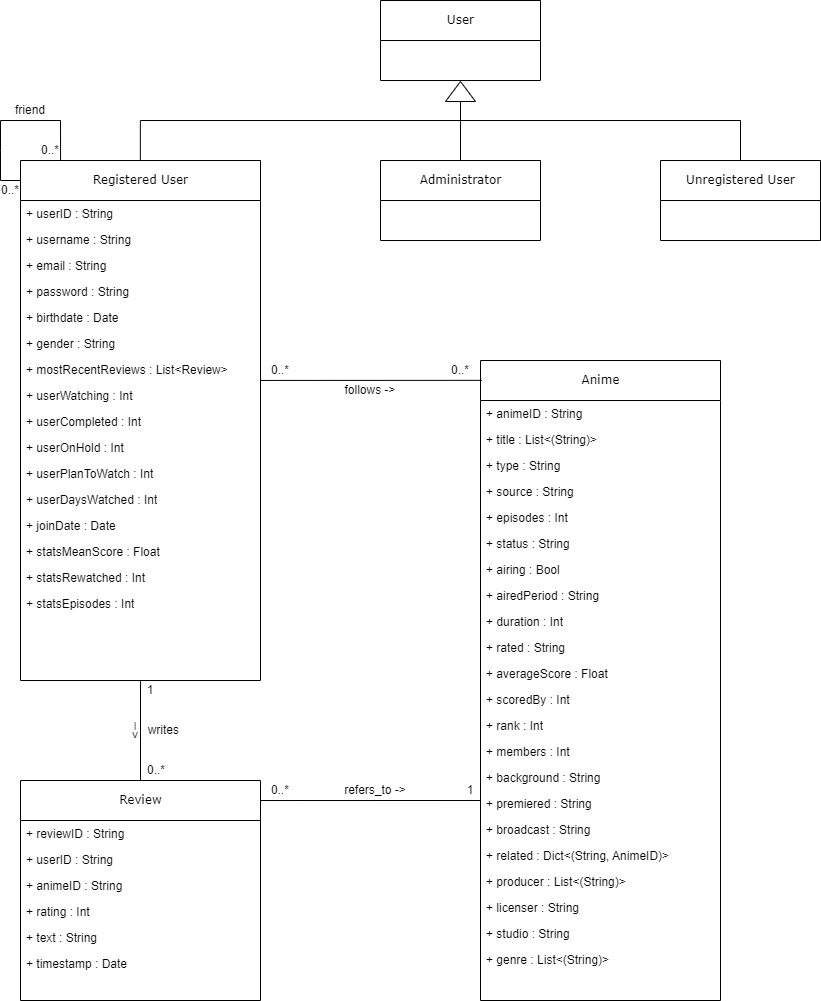
The draw.io diagram 070_presentation/UML_JAN_ok000.png in JacopoCarlon/LSMSDB_Project, before a commit. Source tidied: cells renumbered, new cells last; positions are measured from the earlier drawing's top-left corner, leaving out a move shared by most shapes.
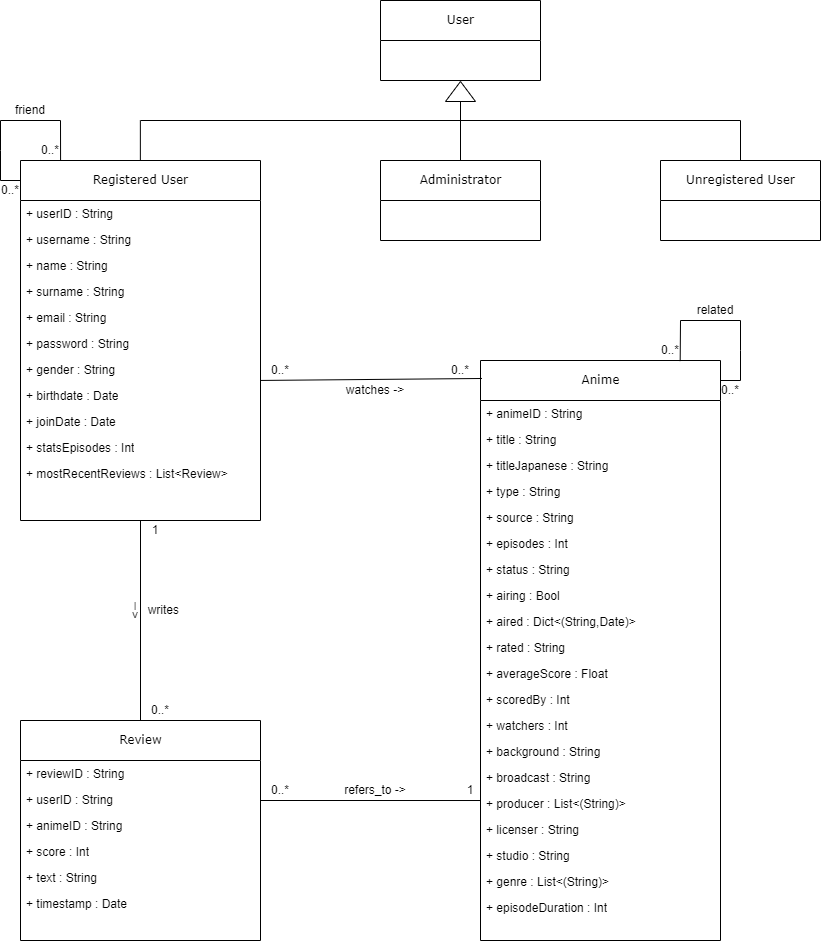
After the commit.

Diff of the diagram source:
```diff
@@ -14,3 +14,3 @@
     <mxCell id="5" value="&lt;font style=&quot;font-size: 12px;&quot;&gt;Registered User&lt;/font&gt;" style="swimlane;html=1;fontStyle=0;horizontal=1;startSize=40;fillColor=none;swimlaneFillColor=#ffffff;rounded=0;shadow=0;comic=0;labelBackgroundColor=none;strokeWidth=1;fontFamily=Verdana;fontSize=10;align=center;" parent="1" vertex="1">
-      <mxGeometry x="20" y="160" width="240" height="520" as="geometry" />
+      <mxGeometry x="20" y="160" width="240" height="360" as="geometry" />
     </mxCell>
@@ -22,44 +22,29 @@
     </mxCell>
+    <mxCell id="19" value="+ name : String" style="text;html=1;strokeColor=none;fillColor=none;align=left;verticalAlign=top;spacingLeft=4;spacingRight=4;whiteSpace=wrap;overflow=hidden;" parent="5" vertex="1">
+      <mxGeometry y="92" width="240" height="26" as="geometry" />
+    </mxCell>
+    <mxCell id="20" value="+ surname : String" style="text;html=1;strokeColor=none;fillColor=none;align=left;verticalAlign=top;spacingLeft=4;spacingRight=4;whiteSpace=wrap;overflow=hidden;" parent="5" vertex="1">
+      <mxGeometry y="118" width="240" height="26" as="geometry" />
+    </mxCell>
     <mxCell id="8" value="+ email : String" style="text;html=1;strokeColor=none;fillColor=none;align=left;verticalAlign=top;spacingLeft=4;spacingRight=4;whiteSpace=wrap;overflow=hidden;" parent="5" vertex="1">
-      <mxGeometry y="92" width="240" height="26" as="geometry" />
+      <mxGeometry y="144" width="240" height="26" as="geometry" />
     </mxCell>
     <mxCell id="9" value="+ password : String" style="text;html=1;strokeColor=none;fillColor=none;align=left;verticalAlign=top;spacingLeft=4;spacingRight=4;whiteSpace=wrap;overflow=hidden;" parent="5" vertex="1">
-      <mxGeometry y="118" width="240" height="26" as="geometry" />
+      <mxGeometry y="170" width="240" height="26" as="geometry" />
     </mxCell>
+    <mxCell id="11" value="+ gender : String" style="text;html=1;strokeColor=none;fillColor=none;align=left;verticalAlign=top;spacingLeft=4;spacingRight=4;whiteSpace=wrap;overflow=hidden;" parent="5" vertex="1">
+      <mxGeometry y="196" width="240" height="26" as="geometry" />
+    </mxCell>
     <mxCell id="10" value="+ birthdate : Date" style="text;html=1;strokeColor=none;fillColor=none;align=left;verticalAlign=top;spacingLeft=4;spacingRight=4;whiteSpace=wrap;overflow=hidden;" parent="5" vertex="1">
-      <mxGeometry y="144" width="240" height="26" as="geometry" />
+      <mxGeometry y="222" width="240" height="26" as="geometry" />
     </mxCell>
-    <mxCell id="11" value="+ gender : String" style="text;html=1;strokeColor=none;fillColor=none;align=left;verticalAlign=top;spacingLeft=4;spacingRight=4;whiteSpace=wrap;overflow=hidden;" parent="5" vertex="1">
-      <mxGeometry y="170" width="240" height="26" as="geometry" />
-    </mxCell>
+    <mxCell id="18" value="+ joinDate : Date" style="text;html=1;strokeColor=none;fillColor=none;align=left;verticalAlign=top;spacingLeft=4;spacingRight=4;whiteSpace=wrap;overflow=hidden;" parent="5" vertex="1">
+      <mxGeometry y="248" width="240" height="26" as="geometry" />
+    </mxCell>
+    <mxCell id="21" value="+ statsEpisodes : Int" style="text;html=1;strokeColor=none;fillColor=none;align=left;verticalAlign=top;spacingLeft=4;spacingRight=4;whiteSpace=wrap;overflow=hidden;" parent="5" vertex="1">
+      <mxGeometry y="274" width="240" height="26" as="geometry" />
+    </mxCell>
     <mxCell id="12" value="+ mostRecentReviews : List&amp;lt;Review&amp;gt;" style="text;html=1;strokeColor=none;fillColor=none;align=left;verticalAlign=top;spacingLeft=4;spacingRight=4;whiteSpace=wrap;overflow=hidden;" parent="5" vertex="1">
-      <mxGeometry y="196" width="240" height="26" as="geometry" />
+      <mxGeometry y="300" width="240" height="26" as="geometry" />
     </mxCell>
-    <mxCell id="13" value="+ userWatching : Int" style="text;html=1;strokeColor=none;fillColor=none;align=left;verticalAlign=top;spacingLeft=4;spacingRight=4;whiteSpace=wrap;overflow=hidden;" parent="5" vertex="1">
-      <mxGeometry y="222" width="240" height="26" as="geometry" />
-    </mxCell>
-    <mxCell id="14" value="+ userCompleted : Int" style="text;html=1;strokeColor=none;fillColor=none;align=left;verticalAlign=top;spacingLeft=4;spacingRight=4;whiteSpace=wrap;overflow=hidden;" parent="5" vertex="1">
-      <mxGeometry y="248" width="240" height="26" as="geometry" />
-    </mxCell>
-    <mxCell id="15" value="+ userOnHold : Int" style="text;html=1;strokeColor=none;fillColor=none;align=left;verticalAlign=top;spacingLeft=4;spacingRight=4;whiteSpace=wrap;overflow=hidden;" parent="5" vertex="1">
-      <mxGeometry y="274" width="240" height="26" as="geometry" />
-    </mxCell>
-    <mxCell id="16" value="+ userPlanToWatch : Int" style="text;html=1;strokeColor=none;fillColor=none;align=left;verticalAlign=top;spacingLeft=4;spacingRight=4;whiteSpace=wrap;overflow=hidden;" parent="5" vertex="1">
-      <mxGeometry y="300" width="240" height="26" as="geometry" />
-    </mxCell>
-    <mxCell id="17" value="+ userDaysWatched : Int" style="text;html=1;strokeColor=none;fillColor=none;align=left;verticalAlign=top;spacingLeft=4;spacingRight=4;whiteSpace=wrap;overflow=hidden;" parent="5" vertex="1">
-      <mxGeometry y="326" width="240" height="26" as="geometry" />
-    </mxCell>
-    <mxCell id="18" value="+ joinDate : Date" style="text;html=1;strokeColor=none;fillColor=none;align=left;verticalAlign=top;spacingLeft=4;spacingRight=4;whiteSpace=wrap;overflow=hidden;" parent="5" vertex="1">
-      <mxGeometry y="352" width="240" height="26" as="geometry" />
-    </mxCell>
-    <mxCell id="19" value="+ statsMeanScore : Float" style="text;html=1;strokeColor=none;fillColor=none;align=left;verticalAlign=top;spacingLeft=4;spacingRight=4;whiteSpace=wrap;overflow=hidden;" parent="5" vertex="1">
-      <mxGeometry y="378" width="240" height="26" as="geometry" />
-    </mxCell>
-    <mxCell id="20" value="+ statsRewatched : Int" style="text;html=1;strokeColor=none;fillColor=none;align=left;verticalAlign=top;spacingLeft=4;spacingRight=4;whiteSpace=wrap;overflow=hidden;" parent="5" vertex="1">
-      <mxGeometry y="404" width="240" height="26" as="geometry" />
-    </mxCell>
-    <mxCell id="21" value="+ statsEpisodes : Int" style="text;html=1;strokeColor=none;fillColor=none;align=left;verticalAlign=top;spacingLeft=4;spacingRight=4;whiteSpace=wrap;overflow=hidden;" parent="5" vertex="1">
-      <mxGeometry y="430" width="240" height="26" as="geometry" />
-    </mxCell>
     <mxCell id="22" style="triangle;whiteSpace=wrap;html=1;rotation=-90;" parent="1" vertex="1">
@@ -89,3 +74,3 @@
     <mxCell id="27" value="&lt;font style=&quot;font-size: 12px;&quot;&gt;Anime&lt;/font&gt;" style="swimlane;html=1;fontStyle=0;horizontal=1;startSize=40;fillColor=none;swimlaneFillColor=#ffffff;rounded=0;shadow=0;comic=0;labelBackgroundColor=none;strokeWidth=1;fontFamily=Verdana;fontSize=10;align=center;" parent="1" vertex="1">
-      <mxGeometry x="480" y="360" width="240" height="640" as="geometry" />
+      <mxGeometry x="480" y="360" width="240" height="580" as="geometry" />
     </mxCell>
@@ -94,26 +79,26 @@
     </mxCell>
-    <mxCell id="29" value="+ title : List&amp;lt;(String)&amp;gt;" style="text;html=1;strokeColor=none;fillColor=none;align=left;verticalAlign=top;spacingLeft=4;spacingRight=4;whiteSpace=wrap;overflow=hidden;" parent="27" vertex="1">
+    <mxCell id="29" value="+ title : String" style="text;html=1;strokeColor=none;fillColor=none;align=left;verticalAlign=top;spacingLeft=4;spacingRight=4;whiteSpace=wrap;overflow=hidden;" parent="27" vertex="1">
       <mxGeometry y="66" width="240" height="26" as="geometry" />
     </mxCell>
+    <mxCell id="74" value="+ titleJapanese : String" style="text;html=1;strokeColor=none;fillColor=none;align=left;verticalAlign=top;spacingLeft=4;spacingRight=4;whiteSpace=wrap;overflow=hidden;" parent="27" vertex="1">
+      <mxGeometry y="92" width="240" height="26" as="geometry" />
+    </mxCell>
     <mxCell id="30" value="+ type : String" style="text;html=1;strokeColor=none;fillColor=none;align=left;verticalAlign=top;spacingLeft=4;spacingRight=4;whiteSpace=wrap;overflow=hidden;" parent="27" vertex="1">
-      <mxGeometry y="92" width="240" height="26" as="geometry" />
+      <mxGeometry y="118" width="240" height="26" as="geometry" />
     </mxCell>
     <mxCell id="31" value="+ source : String" style="text;html=1;strokeColor=none;fillColor=none;align=left;verticalAlign=top;spacingLeft=4;spacingRight=4;whiteSpace=wrap;overflow=hidden;" parent="27" vertex="1">
-      <mxGeometry y="118" width="240" height="26" as="geometry" />
+      <mxGeometry y="144" width="240" height="26" as="geometry" />
     </mxCell>
     <mxCell id="32" value="+ episodes : Int" style="text;html=1;strokeColor=none;fillColor=none;align=left;verticalAlign=top;spacingLeft=4;spacingRight=4;whiteSpace=wrap;overflow=hidden;" parent="27" vertex="1">
-      <mxGeometry y="144" width="240" height="26" as="geometry" />
+      <mxGeometry y="170" width="240" height="26" as="geometry" />
     </mxCell>
     <mxCell id="33" value="+ status : String" style="text;html=1;strokeColor=none;fillColor=none;align=left;verticalAlign=top;spacingLeft=4;spacingRight=4;whiteSpace=wrap;overflow=hidden;" parent="27" vertex="1">
-      <mxGeometry y="170" width="240" height="26" as="geometry" />
+      <mxGeometry y="196" width="240" height="26" as="geometry" />
     </mxCell>
     <mxCell id="34" value="+ airing : Bool" style="text;html=1;strokeColor=none;fillColor=none;align=left;verticalAlign=top;spacingLeft=4;spacingRight=4;whiteSpace=wrap;overflow=hidden;" parent="27" vertex="1">
-      <mxGeometry y="196" width="240" height="26" as="geometry" />
+      <mxGeometry y="222" width="240" height="26" as="geometry" />
     </mxCell>
-    <mxCell id="35" value="+ airedPeriod : String" style="text;html=1;strokeColor=none;fillColor=none;align=left;verticalAlign=top;spacingLeft=4;spacingRight=4;whiteSpace=wrap;overflow=hidden;" parent="27" vertex="1">
-      <mxGeometry y="222" width="240" height="26" as="geometry" />
+    <mxCell id="35" value="+ aired : Dict&amp;lt;(String,Date)&amp;gt;" style="text;html=1;strokeColor=none;fillColor=none;align=left;verticalAlign=top;spacingLeft=4;spacingRight=4;whiteSpace=wrap;overflow=hidden;" parent="27" vertex="1">
+      <mxGeometry y="248" width="240" height="26" as="geometry" />
     </mxCell>
-    <mxCell id="36" value="+ duration : Int" style="text;html=1;strokeColor=none;fillColor=none;align=left;verticalAlign=top;spacingLeft=4;spacingRight=4;whiteSpace=wrap;overflow=hidden;" parent="27" vertex="1">
-      <mxGeometry y="248" width="240" height="26" as="geometry" />
-    </mxCell>
     <mxCell id="37" value="+ rated : String" style="text;html=1;strokeColor=none;fillColor=none;align=left;verticalAlign=top;spacingLeft=4;spacingRight=4;whiteSpace=wrap;overflow=hidden;" parent="27" vertex="1">
@@ -127,34 +112,28 @@
     </mxCell>
-    <mxCell id="40" value="+ rank : Int" style="text;html=1;strokeColor=none;fillColor=none;align=left;verticalAlign=top;spacingLeft=4;spacingRight=4;whiteSpace=wrap;overflow=hidden;" parent="27" vertex="1">
-      <mxGeometry y="352" width="240" height="26" as="geometry" />
-    </mxCell>
-    <mxCell id="41" value="+ members : Int" style="text;html=1;strokeColor=none;fillColor=none;align=left;verticalAlign=top;spacingLeft=4;spacingRight=4;whiteSpace=wrap;overflow=hidden;" parent="27" vertex="1">
-      <mxGeometry y="378" width="240" height="26" as="geometry" />
+    <mxCell id="41" value="+ watchers : Int" style="text;html=1;strokeColor=none;fillColor=none;align=left;verticalAlign=top;spacingLeft=4;spacingRight=4;whiteSpace=wrap;overflow=hidden;" parent="27" vertex="1">
+      <mxGeometry y="352" width="240" height="26" as="geometry" />
     </mxCell>
     <mxCell id="42" value="+ background : String" style="text;html=1;strokeColor=none;fillColor=none;align=left;verticalAlign=top;spacingLeft=4;spacingRight=4;whiteSpace=wrap;overflow=hidden;" parent="27" vertex="1">
-      <mxGeometry y="404" width="240" height="26" as="geometry" />
+      <mxGeometry y="378" width="240" height="26" as="geometry" />
     </mxCell>
-    <mxCell id="43" value="+ premiered : String" style="text;html=1;strokeColor=none;fillColor=none;align=left;verticalAlign=top;spacingLeft=4;spacingRight=4;whiteSpace=wrap;overflow=hidden;points=[[0,0.5],[1,0.5]];portConstraint=eastwest;" parent="27" vertex="1">
-      <mxGeometry y="430" width="240" height="26" as="geometry" />
-    </mxCell>
     <mxCell id="44" value="+ broadcast : String" style="text;html=1;strokeColor=none;fillColor=none;align=left;verticalAlign=top;spacingLeft=4;spacingRight=4;whiteSpace=wrap;overflow=hidden;" parent="27" vertex="1">
-      <mxGeometry y="456" width="240" height="26" as="geometry" />
+      <mxGeometry y="404" width="240" height="26" as="geometry" />
     </mxCell>
-    <mxCell id="45" value="+ related : Dict&amp;lt;(String, AnimeID)&amp;gt;" style="text;html=1;strokeColor=none;fillColor=none;align=left;verticalAlign=top;spacingLeft=4;spacingRight=4;whiteSpace=wrap;overflow=hidden;" parent="27" vertex="1">
-      <mxGeometry y="482" width="240" height="26" as="geometry" />
-    </mxCell>
     <mxCell id="46" value="+ producer : List&amp;lt;(String)&amp;gt;" style="text;html=1;strokeColor=none;fillColor=none;align=left;verticalAlign=top;spacingLeft=4;spacingRight=4;whiteSpace=wrap;overflow=hidden;" parent="27" vertex="1">
-      <mxGeometry y="508" width="240" height="26" as="geometry" />
+      <mxGeometry y="430" width="240" height="26" as="geometry" />
     </mxCell>
     <mxCell id="47" value="+ licenser : String" style="text;html=1;strokeColor=none;fillColor=none;align=left;verticalAlign=top;spacingLeft=4;spacingRight=4;whiteSpace=wrap;overflow=hidden;" parent="27" vertex="1">
-      <mxGeometry y="534" width="240" height="26" as="geometry" />
+      <mxGeometry y="456" width="240" height="26" as="geometry" />
     </mxCell>
     <mxCell id="48" value="+ studio : String" style="text;html=1;strokeColor=none;fillColor=none;align=left;verticalAlign=top;spacingLeft=4;spacingRight=4;whiteSpace=wrap;overflow=hidden;" parent="27" vertex="1">
-      <mxGeometry y="560" width="240" height="26" as="geometry" />
+      <mxGeometry y="482" width="240" height="26" as="geometry" />
     </mxCell>
     <mxCell id="49" value="+ genre : List&amp;lt;(String)&amp;gt;" style="text;html=1;strokeColor=none;fillColor=none;align=left;verticalAlign=top;spacingLeft=4;spacingRight=4;whiteSpace=wrap;overflow=hidden;" parent="27" vertex="1">
-      <mxGeometry y="586" width="240" height="26" as="geometry" />
+      <mxGeometry y="508" width="240" height="26" as="geometry" />
     </mxCell>
+    <mxCell id="75" value="+ episodeDuration : Int" style="text;html=1;strokeColor=none;fillColor=none;align=left;verticalAlign=top;spacingLeft=4;spacingRight=4;whiteSpace=wrap;overflow=hidden;" parent="27" vertex="1">
+      <mxGeometry y="534" width="240" height="26" as="geometry" />
+    </mxCell>
     <mxCell id="50" value="&lt;font style=&quot;font-size: 12px;&quot;&gt;Review&lt;/font&gt;" style="swimlane;html=1;fontStyle=0;horizontal=1;startSize=40;fillColor=none;swimlaneFillColor=#ffffff;rounded=0;shadow=0;comic=0;labelBackgroundColor=none;strokeWidth=1;fontFamily=Verdana;fontSize=10;align=center;" parent="1" vertex="1">
-      <mxGeometry x="20" y="780" width="240" height="220" as="geometry" />
+      <mxGeometry x="20" y="720" width="240" height="220" as="geometry" />
     </mxCell>
@@ -169,3 +148,3 @@
     </mxCell>
-    <mxCell id="54" value="+ rating : Int" style="text;html=1;strokeColor=none;fillColor=none;align=left;verticalAlign=top;spacingLeft=4;spacingRight=4;whiteSpace=wrap;overflow=hidden;" parent="50" vertex="1">
+    <mxCell id="54" value="+ score : Int" style="text;html=1;strokeColor=none;fillColor=none;align=left;verticalAlign=top;spacingLeft=4;spacingRight=4;whiteSpace=wrap;overflow=hidden;" parent="50" vertex="1">
       <mxGeometry y="118" width="240" height="26" as="geometry" />
@@ -181,5 +160,6 @@
     </mxCell>
-    <mxCell id="58" style="endArrow=none;html=1;rounded=0;exitX=1;exitY=0;exitDx=0;exitDy=0;entryX=0.001;entryY=0.385;entryDx=0;entryDy=0;entryPerimeter=0;" parent="1" edge="1" target="43">
+    <mxCell id="58" style="endArrow=none;html=1;rounded=0;exitX=1;exitY=0;exitDx=0;exitDy=0;entryX=0.001;entryY=0.385;entryDx=0;entryDy=0;entryPerimeter=0;" parent="1" edge="1">
       <mxGeometry relative="1" as="geometry">
         <mxPoint x="260" y="800" as="sourcePoint" />
+        <mxPoint x="480.2" y="800" as="targetPoint" />
       </mxGeometry>
@@ -192,6 +172,6 @@
     <mxCell id="60" value="1" style="text;html=1;align=center;verticalAlign=middle;whiteSpace=wrap;rounded=0;" parent="1" vertex="1">
-      <mxGeometry x="140" y="680" width="20" height="20" as="geometry" />
+      <mxGeometry x="140" y="520" width="30" height="20" as="geometry" />
     </mxCell>
     <mxCell id="61" value="0..*" style="text;html=1;align=center;verticalAlign=middle;whiteSpace=wrap;rounded=0;" parent="1" vertex="1">
-      <mxGeometry x="146" y="760" width="20" height="20" as="geometry" />
+      <mxGeometry x="150" y="700" width="20" height="20" as="geometry" />
     </mxCell>
@@ -209,7 +189,7 @@
     </mxCell>
-    <mxCell id="66" value="follows -&amp;gt;" style="text;html=1;align=center;verticalAlign=middle;whiteSpace=wrap;rounded=0;" parent="1" vertex="1">
-      <mxGeometry x="340" y="380" width="60" height="20" as="geometry" />
+    <mxCell id="66" value="watches -&amp;gt;" style="text;html=1;align=center;verticalAlign=middle;whiteSpace=wrap;rounded=0;" parent="1" vertex="1">
+      <mxGeometry x="340" y="380" width="70" height="20" as="geometry" />
     </mxCell>
     <mxCell id="67" value="writes&amp;nbsp;" style="text;html=1;align=center;verticalAlign=middle;whiteSpace=wrap;rounded=0;" parent="1" vertex="1">
-      <mxGeometry x="140" y="720" width="50" height="20" as="geometry" />
+      <mxGeometry x="140" y="600" width="50" height="20" as="geometry" />
     </mxCell>
@@ -235,7 +215,27 @@
     <mxCell id="72" value="friend" style="text;html=1;align=center;verticalAlign=middle;whiteSpace=wrap;rounded=0;" parent="1" vertex="1">
-      <mxGeometry x="10" y="100" width="40" height="20" as="geometry" />
+      <mxGeometry y="100" width="60" height="20" as="geometry" />
     </mxCell>
     <mxCell id="73" value="&lt;div style=&quot;font-size: 8px;&quot;&gt;|&lt;/div&gt;&lt;div style=&quot;font-size: 8px;&quot;&gt;V&lt;/div&gt;" style="text;html=1;align=center;verticalAlign=middle;whiteSpace=wrap;rounded=0;spacingTop=0;fontSize=8;fontStyle=1;" parent="1" vertex="1">
-      <mxGeometry x="130" y="720" width="10" height="20" as="geometry" />
+      <mxGeometry x="130" y="600" width="10" height="20" as="geometry" />
     </mxCell>
+    <mxCell id="76" style="endArrow=none;html=1;rounded=0;entryX=0.832;entryY=0.001;entryDx=0;entryDy=0;entryPerimeter=0;" parent="1" edge="1" target="27">
+      <mxGeometry relative="1" as="geometry">
+        <mxPoint x="720" y="380" as="sourcePoint" />
+        <Array as="points">
+          <mxPoint x="740" y="380" />
+          <mxPoint x="740" y="350" />
+          <mxPoint x="740" y="320" />
+          <mxPoint x="680" y="320" />
+        </Array>
+      </mxGeometry>
+    </mxCell>
+    <mxCell id="77" value="related" style="text;html=1;align=center;verticalAlign=middle;whiteSpace=wrap;rounded=0;" parent="1" vertex="1">
+      <mxGeometry x="690" y="300" width="50" height="20" as="geometry" />
+    </mxCell>
+    <mxCell id="78" value="0..*" style="text;html=1;align=center;verticalAlign=middle;whiteSpace=wrap;rounded=0;" parent="1" vertex="1">
+      <mxGeometry x="660" y="340" width="20" height="20" as="geometry" />
+    </mxCell>
+    <mxCell id="79" value="0..*" style="text;html=1;align=center;verticalAlign=middle;whiteSpace=wrap;rounded=0;" parent="1" vertex="1">
+      <mxGeometry x="720" y="380" width="20" height="20" as="geometry" />
+    </mxCell>
   </root>
```
